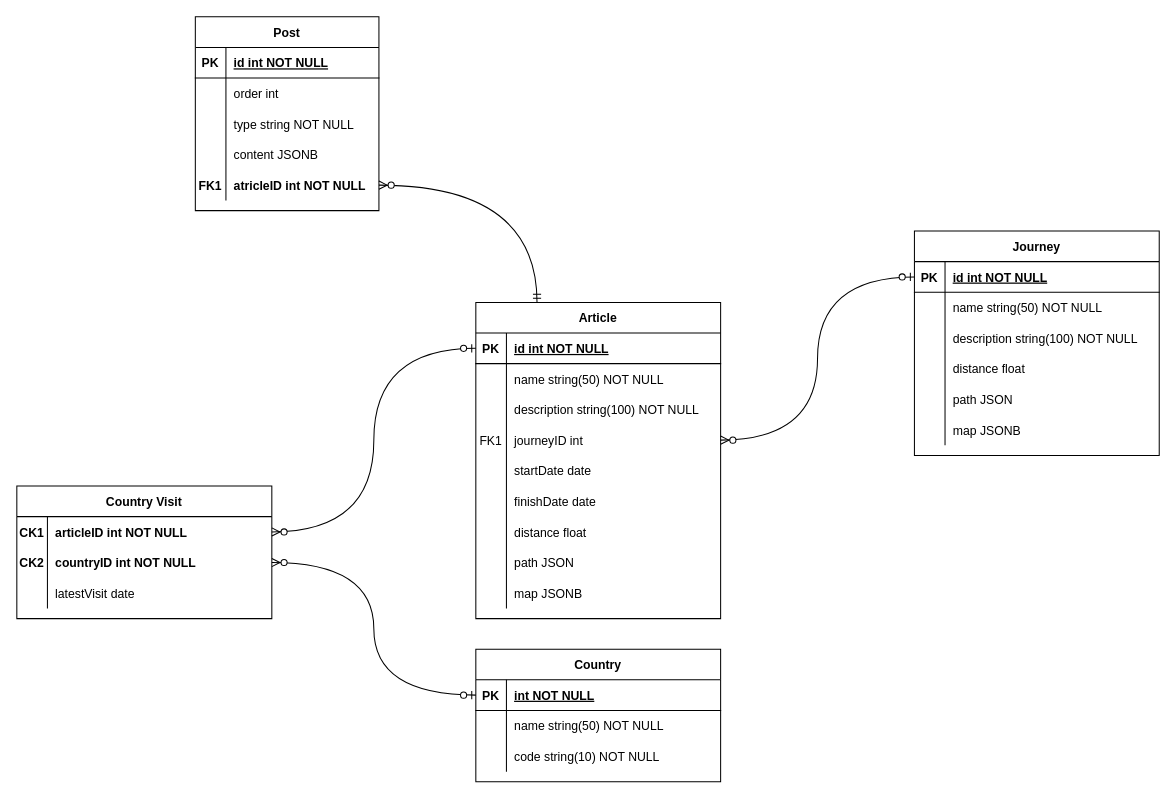
Earlier version of the draw.io diagram info/Entity Relation Diagram.drawio (Qvineox/uncle-den-blog). Source tidied: cells renumbered, new cells numbered last; positions are measured from the earlier drawing's top-left corner, leaving out a move shared by most shapes. Both pictures are drawn from the tidied source at 102%, with x=0, y=0 at pixel (16, 16).
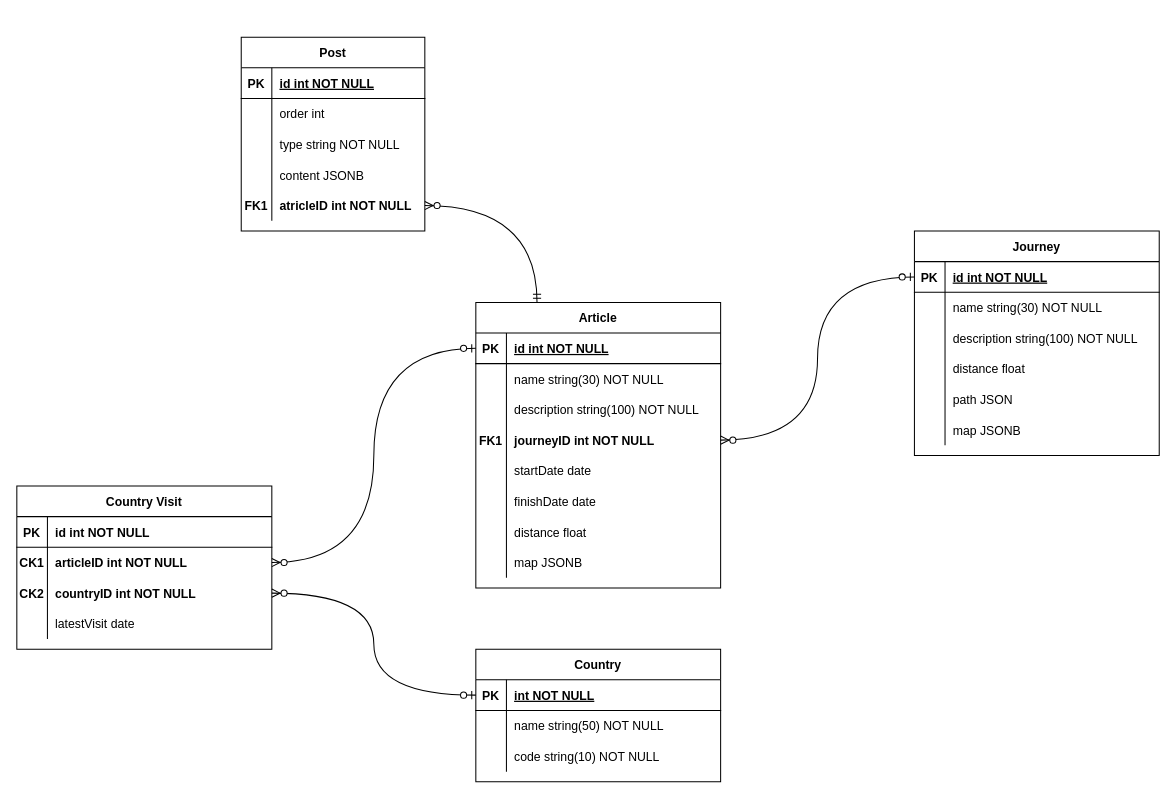
Above is the later version.

The change refers to these unchanged cells:
```xml
<mxCell id="26" style="shape=partialRectangle;fillColor=none;top=0;left=0;right=0;bottom=0;" parent="22" vertex="1">
  <mxGeometry y="60" width="240" height="30" as="geometry" />
</mxCell>
<mxCell id="45" style="shape=partialRectangle;fillColor=none;top=0;left=0;right=0;bottom=0;" parent="41" vertex="1">
  <mxGeometry y="60" width="240" height="30" as="geometry" />
</mxCell>
```

The edit, as a diff of the source:
```diff
@@
     <mxCell id="2" value="Country Visit" style="shape=table;startSize=30;childLayout=tableLayout;rowLines=0;fontStyle=1;align=center;" parent="1" vertex="1">
-      <mxGeometry y="460" width="250" height="130" as="geometry" />
+      <mxGeometry y="460" width="250" height="160" as="geometry" />
     </mxCell>
+    <mxCell id="89" style="shape=partialRectangle;fillColor=none;top=0;left=0;right=0;bottom=1;shadow=0;" parent="2" vertex="1">
+      <mxGeometry y="30" width="250" height="30" as="geometry" />
+    </mxCell>
+    <mxCell id="90" value="PK" style="shape=partialRectangle;overflow=hidden;fillColor=none;top=0;left=0;bottom=0;right=0;fontStyle=1;" parent="89" vertex="1">
+      <mxGeometry width="30" height="30" as="geometry" />
+    </mxCell>
+    <mxCell id="91" value="id int NOT NULL" style="shape=partialRectangle;overflow=hidden;fillColor=none;top=0;left=0;bottom=0;right=0;align=left;spacingLeft=6;fontStyle=1;" parent="89" vertex="1">
+      <mxGeometry x="30" width="220" height="30" as="geometry" />
+    </mxCell>
     <mxCell id="3" style="shape=partialRectangle;fillColor=none;points=[[0,0.5],[1,0.5]];portConstraint=eastwest;top=0;left=0;right=0;bottom=0;" parent="2" vertex="1">
-      <mxGeometry y="30" width="250" height="30" as="geometry" />
+      <mxGeometry y="60" width="250" height="30" as="geometry" />
     </mxCell>
@@
     <mxCell id="6" style="shape=partialRectangle;fillColor=none;points=[[0,0.5],[1,0.5]];portConstraint=eastwest;top=0;left=0;right=0;bottom=0;" parent="2" vertex="1">
-      <mxGeometry y="60" width="250" height="30" as="geometry" />
+      <mxGeometry y="90" width="250" height="30" as="geometry" />
     </mxCell>
@@
     <mxCell id="9" style="shape=partialRectangle;fillColor=none;top=0;left=0;right=0;bottom=0;" parent="2" vertex="1">
-      <mxGeometry y="90" width="250" height="30" as="geometry" />
+      <mxGeometry y="120" width="250" height="30" as="geometry" />
     </mxCell>
@@
-    <mxCell id="28" value="name string(50) NOT NULL" style="shape=partialRectangle;overflow=hidden;fillColor=none;top=0;left=0;bottom=0;right=0;align=left;spacingLeft=6;" parent="26" vertex="1">
+    <mxCell id="28" value="name string(30) NOT NULL" style="shape=partialRectangle;overflow=hidden;fillColor=none;top=0;left=0;bottom=0;right=0;align=left;spacingLeft=6;" parent="26" vertex="1">
       <mxGeometry x="30" width="210" height="30" as="geometry" />
     </mxCell>
@@
     <mxCell id="41" value="Article" style="shape=table;startSize=30;childLayout=tableLayout;rowLines=0;fontStyle=1;align=center;" parent="1" vertex="1">
-      <mxGeometry x="450" y="280" width="240" height="310" as="geometry" />
+      <mxGeometry x="450" y="280" width="240" height="280" as="geometry" />
     </mxCell>
@@
-    <mxCell id="47" value="name string(50) NOT NULL" style="shape=partialRectangle;overflow=hidden;fillColor=none;top=0;left=0;bottom=0;right=0;align=left;spacingLeft=6;" parent="45" vertex="1">
+    <mxCell id="47" value="name string(30) NOT NULL" style="shape=partialRectangle;overflow=hidden;fillColor=none;top=0;left=0;bottom=0;right=0;align=left;spacingLeft=6;" parent="45" vertex="1">
       <mxGeometry x="30" width="210" height="30" as="geometry" />
     </mxCell>
@@
-    <mxCell id="51" style="shape=partialRectangle;fillColor=none;points=[[0,0.5],[1,0.5]];portConstraint=eastwest;top=0;left=0;right=0;bottom=0;" parent="41" vertex="1">
+    <mxCell id="51" style="shape=partialRectangle;fillColor=none;points=[[0,0.5],[1,0.5]];portConstraint=eastwest;top=0;left=0;right=0;bottom=0;fontStyle=1;" parent="41" vertex="1">
       <mxGeometry y="120" width="240" height="30" as="geometry" />
     </mxCell>
-    <mxCell id="52" value="FK1" style="shape=partialRectangle;overflow=hidden;fillColor=none;top=0;left=0;bottom=0;right=0;" parent="51" vertex="1">
+    <mxCell id="52" value="FK1" style="shape=partialRectangle;overflow=hidden;fillColor=none;top=0;left=0;bottom=0;right=0;fontStyle=1;" parent="51" vertex="1">
       <mxGeometry width="30" height="30" as="geometry" />
     </mxCell>
-    <mxCell id="53" value="journeyID int " style="shape=partialRectangle;overflow=hidden;fillColor=none;top=0;left=0;bottom=0;right=0;align=left;spacingLeft=6;" parent="51" vertex="1">
+    <mxCell id="53" value="journeyID int NOT NULL" style="shape=partialRectangle;overflow=hidden;fillColor=none;top=0;left=0;bottom=0;right=0;align=left;spacingLeft=6;fontStyle=1;" parent="51" vertex="1">
       <mxGeometry x="30" width="210" height="30" as="geometry" />
     </mxCell>
@@
-    <mxCell id="63" style="shape=partialRectangle;fillColor=none;top=0;left=0;right=0;bottom=0;" parent="41" vertex="1">
-      <mxGeometry y="240" width="240" height="30" as="geometry" />
-    </mxCell>
-    <mxCell id="64" style="shape=partialRectangle;overflow=hidden;fillColor=none;top=0;left=0;bottom=0;right=0;" parent="63" vertex="1">
-      <mxGeometry width="30" height="30" as="geometry" />
-    </mxCell>
-    <mxCell id="65" value="path JSON" style="shape=partialRectangle;overflow=hidden;fillColor=none;top=0;left=0;bottom=0;right=0;align=left;spacingLeft=6;" parent="63" vertex="1">
-      <mxGeometry x="30" width="210" height="30" as="geometry" />
-    </mxCell>
     <mxCell id="66" style="shape=partialRectangle;fillColor=none;top=0;left=0;right=0;bottom=0;" parent="41" vertex="1">
-      <mxGeometry y="270" width="240" height="30" as="geometry" />
+      <mxGeometry y="240" width="240" height="30" as="geometry" />
     </mxCell>
@@
     <mxCell id="72" value="Post" style="shape=table;startSize=30;childLayout=tableLayout;rowLines=0;fontStyle=1;align=center;" parent="1" vertex="1">
-      <mxGeometry x="175" width="180" height="190" as="geometry" />
+      <mxGeometry x="220" y="20" width="180" height="190" as="geometry" />
     </mxCell>
```
